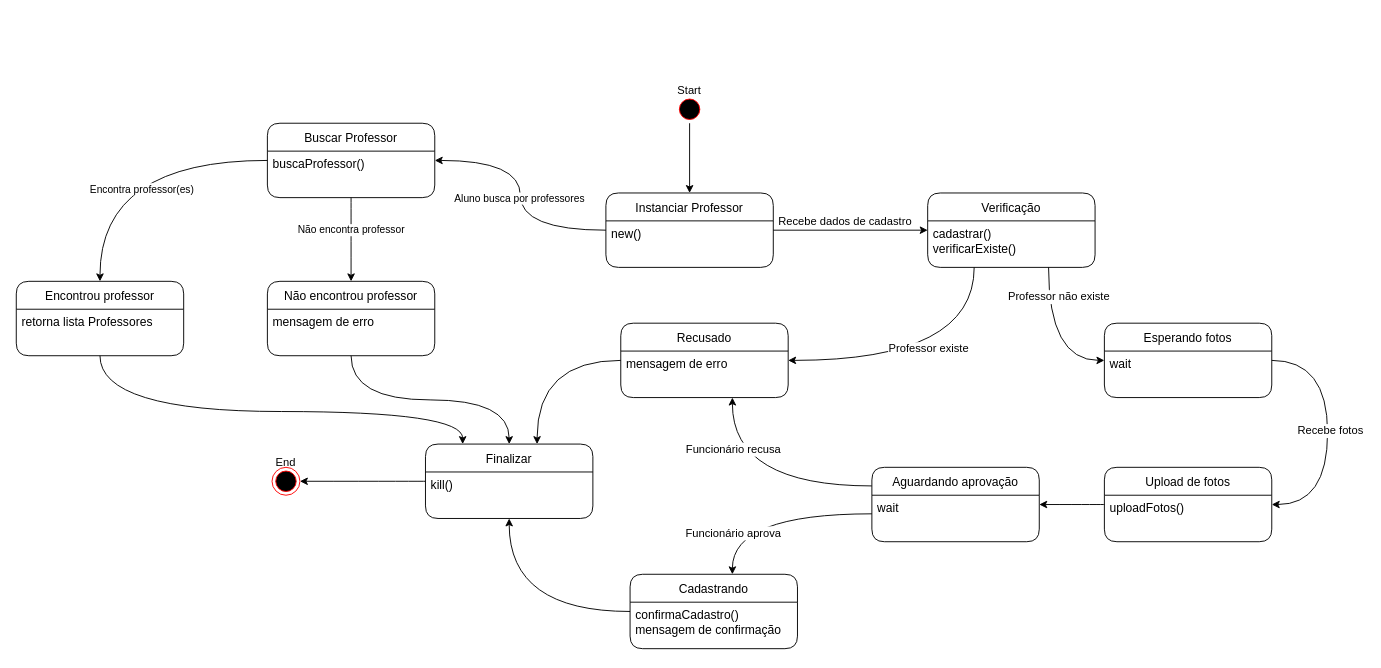
Earlier version of the draw.io diagram diagramaEstados/EstadosProfessor.drawio (EijiDogen/BrainForHire). Source tidied: cells renumbered, new cells numbered last; positions are measured from the earlier drawing's top-left corner, leaving out a move shared by most shapes. Both pictures are drawn from the tidied source at 93%, with x=0, y=0 at pixel (16, 76).
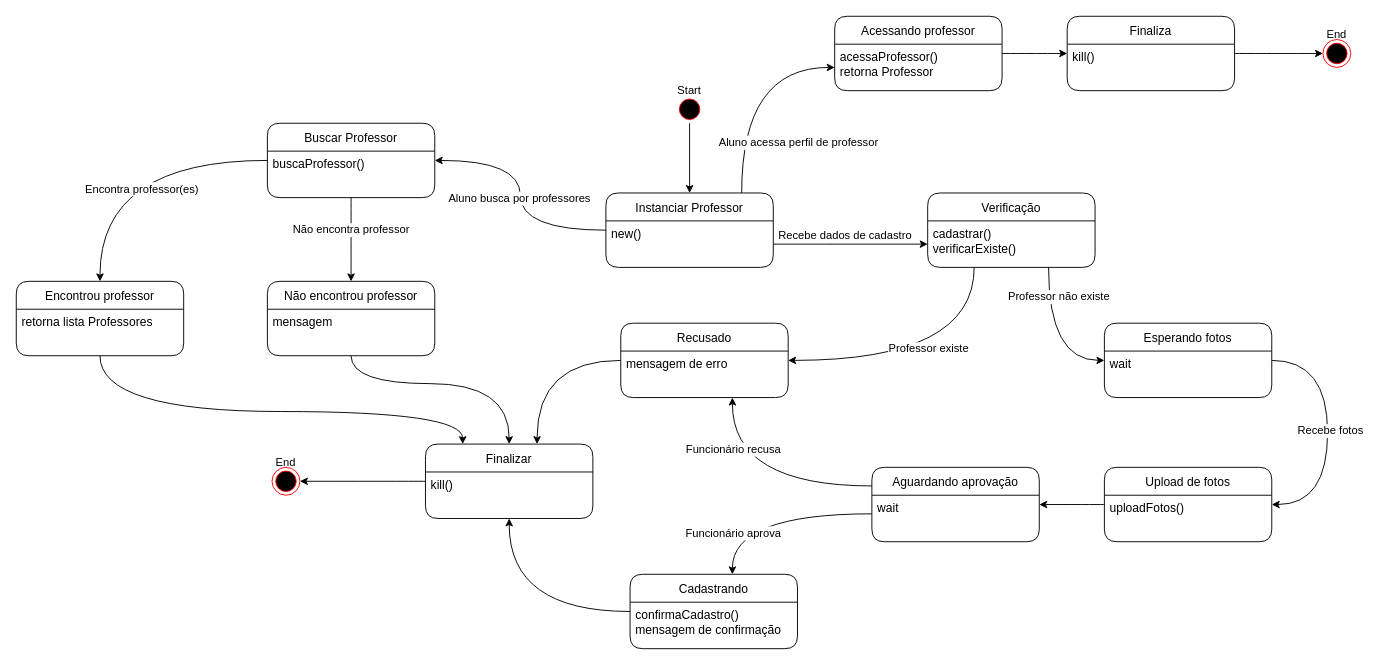
Above is the later version.

The change refers to these unchanged cells:
```xml
<mxCell id="4" style="edgeStyle=orthogonalEdgeStyle;rounded=0;jettySize=auto;html=1;curved=1;" parent="1" edge="1" source="6" target="47">
  <mxGeometry relative="1" as="geometry" />
</mxCell>
<mxCell id="6" value="Instanciar Professor" style="swimlane;fontStyle=0;horizontal=1;startSize=30;rounded=1;fontSize=13;" parent="1" vertex="1">
  <mxGeometry x="634" y="125" width="180" height="80" as="geometry" />
</mxCell>
<mxCell id="19" value="Verificação" style="swimlane;fontStyle=0;horizontal=1;startSize=30;rounded=1;fontSize=13;" parent="1" vertex="1">
  <mxGeometry x="980" y="125" width="180" height="80" as="geometry" />
</mxCell>
<mxCell id="39" value="Finalizar" style="swimlane;fontStyle=0;horizontal=1;startSize=30;rounded=1;fontSize=13;" parent="1" vertex="1">
  <mxGeometry x="440" y="395" width="180" height="80" as="geometry" />
</mxCell>
<mxCell id="43" style="edgeStyle=orthogonalEdgeStyle;curved=1;rounded=0;jettySize=auto;html=1;" parent="1" edge="1" source="47" target="50">
  <mxGeometry relative="1" as="geometry" />
</mxCell>
<mxCell id="45" style="edgeStyle=orthogonalEdgeStyle;curved=1;rounded=0;jettySize=auto;html=1;" parent="1" edge="1" source="47" target="53">
  <mxGeometry relative="1" as="geometry" />
</mxCell>
<mxCell id="53" value="Não encontrou professor" style="swimlane;fontStyle=0;horizontal=1;startSize=30;rounded=1;fontSize=13;" parent="1" vertex="1">
  <mxGeometry x="270" y="220" width="180" height="80" as="geometry" />
</mxCell>
```

What changed in the source:
```diff
@@
     <mxCell id="2" style="edgeStyle=orthogonalEdgeStyle;rounded=0;jettySize=auto;html=1;fontSize=12;" parent="1" edge="1" source="6" target="19">
-      <mxGeometry relative="1" as="geometry" />
+      <mxGeometry relative="1" as="geometry">
+        <Array as="points">
+          <mxPoint x="870" y="180" />
+          <mxPoint x="870" y="180" />
+        </Array>
+      </mxGeometry>
     </mxCell>
@@
-    <mxCell id="5" value="Aluno busca por professores" style="edgeLabel;html=1;align=center;verticalAlign=middle;" parent="4" vertex="1">
+    <mxCell id="5" value="Aluno busca por professores" style="edgeLabel;html=1;align=center;verticalAlign=middle;fontSize=12;" parent="4" vertex="1">
       <mxGeometry x="-0.12" y="1" relative="1" as="geometry">
         <mxPoint x="-1" y="-13" as="offset" />
       </mxGeometry>
     </mxCell>
+    <mxCell id="55" style="edgeStyle=orthogonalEdgeStyle;curved=1;rounded=0;jettySize=auto;html=1;fontSize=12;" parent="1" edge="1" source="6" target="58">
+      <mxGeometry relative="1" as="geometry">
+        <Array as="points">
+          <mxPoint x="780" y="-10" />
+        </Array>
+      </mxGeometry>
+    </mxCell>
+    <mxCell id="56" value="Aluno acessa perfil de professor" style="edgeLabel;html=1;align=center;verticalAlign=middle;fontSize=12;" parent="55" vertex="1">
+      <mxGeometry x="-0.29" y="-10" relative="1" as="geometry">
+        <mxPoint x="50" y="28" as="offset" />
+      </mxGeometry>
+    </mxCell>
@@
-    <mxCell id="44" value="Encontra professor(es)" style="edgeLabel;html=1;align=center;verticalAlign=middle;" parent="43" vertex="1">
+    <mxCell id="44" value="Encontra professor(es)" style="edgeLabel;html=1;align=center;verticalAlign=middle;fontSize=12;" parent="43" vertex="1">
       <mxGeometry x="-0.12" y="30" relative="1" as="geometry" />
     </mxCell>
@@
-    <mxCell id="46" value="Não encontra professor" style="edgeLabel;html=1;align=center;verticalAlign=middle;" parent="45" vertex="1">
+    <mxCell id="46" value="Não encontra professor" style="edgeLabel;html=1;align=center;verticalAlign=middle;fontSize=12;" parent="45" vertex="1">
       <mxGeometry x="-0.25" y="-1" relative="1" as="geometry" />
     </mxCell>
@@
     <mxCell id="52" style="edgeStyle=orthogonalEdgeStyle;curved=1;rounded=0;jettySize=auto;html=1;" parent="1" edge="1" source="53" target="39">
-      <mxGeometry relative="1" as="geometry" />
+      <mxGeometry relative="1" as="geometry">
+        <Array as="points">
+          <mxPoint x="360" y="330" />
+          <mxPoint x="530" y="330" />
+        </Array>
+      </mxGeometry>
     </mxCell>
@@
-    <mxCell id="54" value="mensagem de erro" style="text;strokeColor=none;fillColor=none;align=left;verticalAlign=top;spacingLeft=4;spacingRight=4;overflow=hidden;fontSize=13;" parent="53" vertex="1">
+    <mxCell id="54" value="mensagem" style="text;strokeColor=none;fillColor=none;align=left;verticalAlign=top;spacingLeft=4;spacingRight=4;overflow=hidden;fontSize=13;" parent="53" vertex="1">
       <mxGeometry y="30" width="180" height="50" as="geometry" />
     </mxCell>
+    <mxCell id="57" style="edgeStyle=orthogonalEdgeStyle;curved=1;rounded=0;jettySize=auto;html=1;fontSize=12;" parent="1" edge="1" source="58" target="61">
+      <mxGeometry relative="1" as="geometry" />
+    </mxCell>
+    <mxCell id="58" value="Acessando professor" style="swimlane;fontStyle=0;horizontal=1;startSize=30;rounded=1;fontSize=13;" parent="1" vertex="1">
+      <mxGeometry x="880" y="-65" width="180" height="80" as="geometry" />
+    </mxCell>
+    <mxCell id="59" value="acessaProfessor()&#10;retorna Professor" style="text;strokeColor=none;fillColor=none;align=left;verticalAlign=top;spacingLeft=4;spacingRight=4;overflow=hidden;fontSize=13;" parent="58" vertex="1">
+      <mxGeometry y="30" width="180" height="50" as="geometry" />
+    </mxCell>
+    <mxCell id="60" style="edgeStyle=orthogonalEdgeStyle;curved=1;rounded=0;jettySize=auto;html=1;fontSize=12;" parent="1" edge="1" source="61" target="64">
+      <mxGeometry relative="1" as="geometry" />
+    </mxCell>
+    <mxCell id="61" value="Finaliza" style="swimlane;fontStyle=0;horizontal=1;startSize=30;rounded=1;fontSize=13;" parent="1" vertex="1">
+      <mxGeometry x="1130" y="-65" width="180" height="80" as="geometry" />
+    </mxCell>
+    <mxCell id="62" value="kill()" style="text;strokeColor=none;fillColor=none;align=left;verticalAlign=top;spacingLeft=4;spacingRight=4;overflow=hidden;fontSize=13;" parent="61" vertex="1">
+      <mxGeometry y="30" width="180" height="50" as="geometry" />
+    </mxCell>
+    <mxCell id="63" style="group;" parent="1" vertex="1">
+      <mxGeometry x="1390" y="-60" width="60" height="50" as="geometry" />
+    </mxCell>
+    <mxCell id="64" style="ellipse;html=1;shape=endState;fillColor=#000000;strokeColor=#ff0000;rounded=1;" parent="63" vertex="1">
+      <mxGeometry x="15" y="20" width="30" height="30" as="geometry" />
+    </mxCell>
+    <mxCell id="65" value="End" style="text;html=1;strokeColor=none;fillColor=none;align=center;verticalAlign=middle;whiteSpace=wrap;rounded=0;" parent="63" vertex="1">
+      <mxGeometry width="60" height="30" as="geometry" />
+    </mxCell>
```
